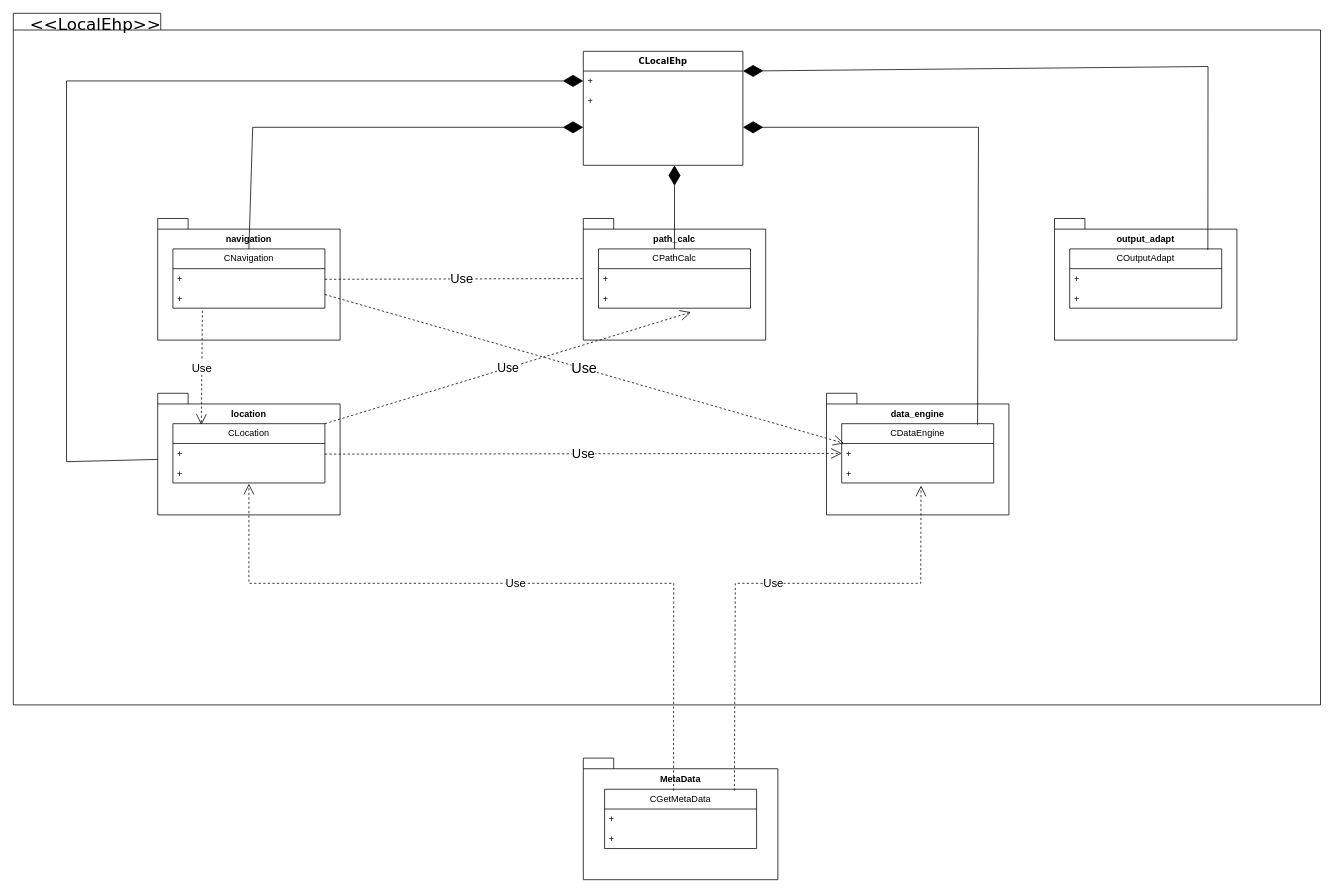
Collinlxf/KF-GINS keeps this draw.io diagram as 未命名绘图.drawio. Above is the earlier version. Source tidied: cells renumbered, new cells numbered last; positions are measured from the earlier drawing's top-left corner, leaving out a move shared by most shapes. Both pictures are drawn from the tidied source at 76%, with x=0, y=0 at pixel (13, 13).
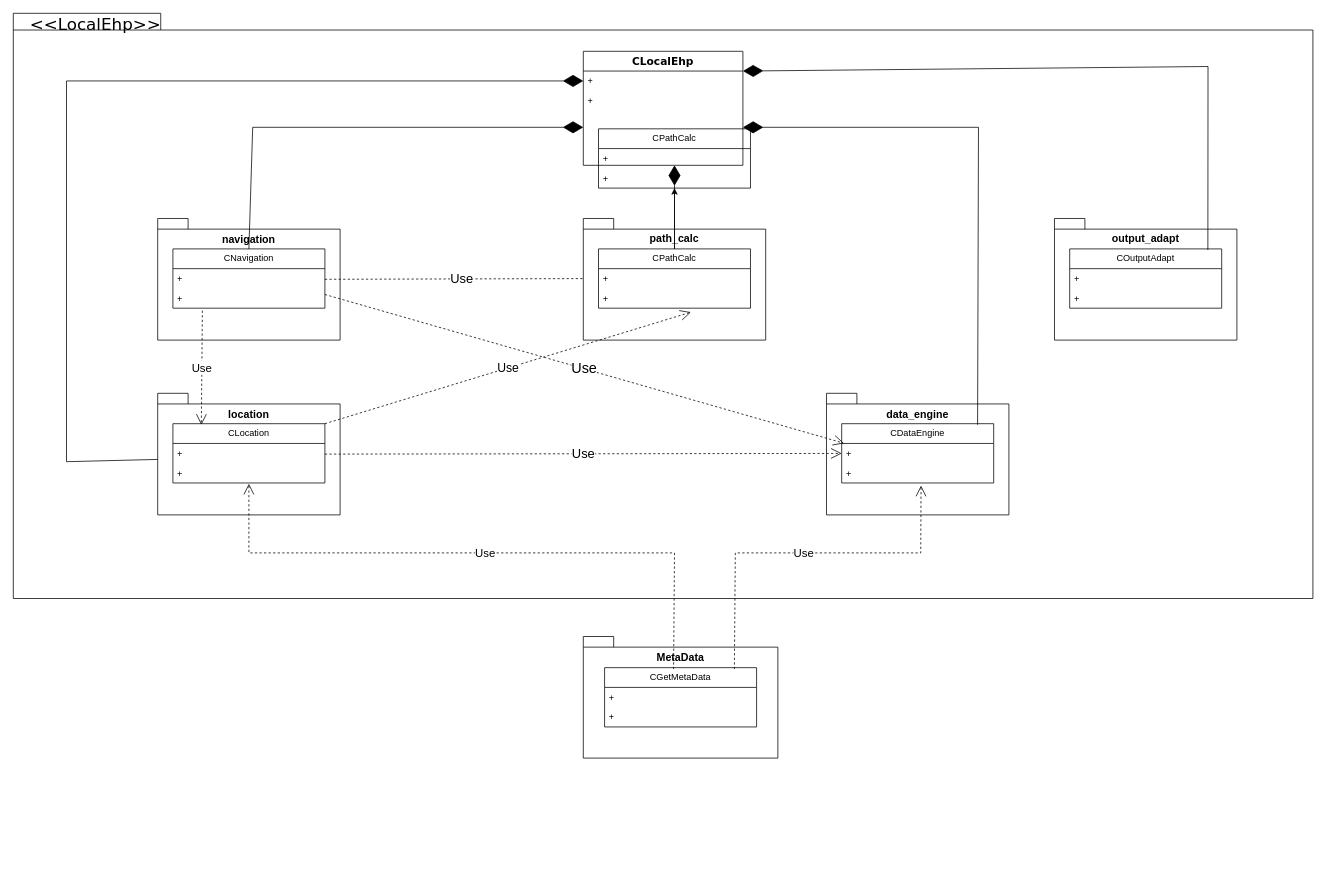
After the change.

Commit message (it also covers changes not shown here):
更新未命名绘图.drawio

The change refers to these unchanged cells:
```xml
<mxCell id="5" style="group;" parent="1" vertex="1">
  <mxGeometry x="1070" y="500" width="240" height="160" as="geometry" />
</mxCell>
<mxCell id="9" value="+" style="text;strokeColor=none;fillColor=none;align=left;verticalAlign=top;spacingLeft=4;spacingRight=4;overflow=hidden;points=[[0,0.5],[1,0.5]];portConstraint=eastwest;whiteSpace=wrap;html=1;" parent="7" vertex="1">
  <mxGeometry y="52" width="200" height="26" as="geometry" />
</mxCell>
<mxCell id="10" style="group;" parent="1" vertex="1">
  <mxGeometry x="190" y="270" width="240" height="415" as="geometry" />
</mxCell>
<mxCell id="17" style="group;" parent="1" vertex="1">
  <mxGeometry x="1370" y="270" width="240" height="160" as="geometry" />
</mxCell>
<mxCell id="22" style="group;" parent="1" vertex="1">
  <mxGeometry x="750" y="270" width="240" height="160" as="geometry" />
</mxCell>
<mxCell id="24" value="&lt;div style=&quot;white-space-collapse: preserve;&quot;&gt;CPathCalc&lt;/div&gt;" style="swimlane;fontStyle=0;horizontal=1;startSize=26;fillColor=none;whiteSpace=wrap;html=1;" parent="22" vertex="1">
  <mxGeometry x="20" y="40" width="200" height="78" as="geometry" />
</mxCell>
<mxCell id="28" value="&lt;div style=&quot;white-space-collapse: preserve;&quot;&gt;CGetMetaData&lt;/div&gt;" style="swimlane;fontStyle=0;horizontal=1;startSize=26;fillColor=none;whiteSpace=wrap;html=1;" parent="27" vertex="1">
  <mxGeometry x="28" y="41" width="200" height="78" as="geometry" />
</mxCell>
<mxCell id="32" style="group;" parent="1" vertex="1">
  <mxGeometry x="190" y="500" width="240" height="160" as="geometry" />
</mxCell>
```

What changed in the source:
```diff
@@
     <mxCell id="2" style="shape=folder;fontStyle=1;spacingTop=10;tabWidth=194;tabHeight=22;tabPosition=left;html=1;rounded=0;shadow=0;comic=0;labelBackgroundColor=none;strokeWidth=1;fillColor=none;fontFamily=Verdana;fontSize=10;align=center;" parent="1" vertex="1">
-      <mxGeometry width="1720" height="910" as="geometry" />
+      <mxGeometry width="1710" height="770" as="geometry" />
     </mxCell>
@@
-    <mxCell id="4" value="&lt;span style=&quot;font-family: Verdana; font-size: 11px; font-weight: 700; text-wrap-mode: nowrap;&quot;&gt;CLocalEhp&lt;/span&gt;" style="swimlane;fontStyle=0;horizontal=1;startSize=26;fillColor=none;whiteSpace=wrap;html=1;" parent="1" vertex="1">
+    <mxCell id="4" value="&lt;span style=&quot;font-family: Verdana; font-weight: 700; text-wrap-mode: nowrap;&quot;&gt;CLocalEhp&lt;/span&gt;" style="swimlane;fontStyle=0;horizontal=1;startSize=26;fillColor=none;whiteSpace=wrap;html=1;fontSize=14;" parent="1" vertex="1">
       <mxGeometry x="750" y="50" width="210" height="150" as="geometry" />
     </mxCell>
@@
-    <mxCell id="6" value="&lt;div&gt;data_engine&lt;/div&gt;&lt;div&gt;&lt;br&gt;&lt;/div&gt;&lt;div&gt;&lt;br&gt;&lt;/div&gt;&lt;div&gt;&lt;br&gt;&lt;/div&gt;&lt;div&gt;&lt;br&gt;&lt;/div&gt;&lt;div&gt;&lt;br&gt;&lt;/div&gt;&lt;div&gt;&lt;br&gt;&lt;/div&gt;&lt;div&gt;&lt;br&gt;&lt;/div&gt;&lt;div&gt;&lt;br&gt;&lt;/div&gt;" style="shape=folder;fontStyle=1;spacingTop=10;tabWidth=40;tabHeight=14;tabPosition=left;html=1;whiteSpace=wrap;align=center;" parent="5" vertex="1">
+    <mxCell id="6" value="&lt;div&gt;&lt;font style=&quot;font-size: 14px;&quot;&gt;data_engine&lt;/font&gt;&lt;/div&gt;&lt;div&gt;&lt;font style=&quot;font-size: 14px;&quot;&gt;&lt;br&gt;&lt;/font&gt;&lt;/div&gt;&lt;div&gt;&lt;font style=&quot;font-size: 14px;&quot;&gt;&lt;br&gt;&lt;/font&gt;&lt;/div&gt;&lt;div&gt;&lt;font style=&quot;font-size: 14px;&quot;&gt;&lt;br&gt;&lt;/font&gt;&lt;/div&gt;&lt;div&gt;&lt;font style=&quot;font-size: 14px;&quot;&gt;&lt;br&gt;&lt;/font&gt;&lt;/div&gt;&lt;div&gt;&lt;font style=&quot;font-size: 14px;&quot;&gt;&lt;br&gt;&lt;/font&gt;&lt;/div&gt;&lt;div&gt;&lt;font style=&quot;font-size: 14px;&quot;&gt;&lt;br&gt;&lt;/font&gt;&lt;/div&gt;&lt;div&gt;&lt;br&gt;&lt;/div&gt;" style="shape=folder;fontStyle=1;spacingTop=10;tabWidth=40;tabHeight=14;tabPosition=left;html=1;whiteSpace=wrap;align=center;" parent="5" vertex="1">
       <mxGeometry width="240" height="160" as="geometry" />
     </mxCell>
@@
-    <mxCell id="11" value="&lt;div&gt;navigation&lt;/div&gt;&lt;div&gt;&lt;br&gt;&lt;/div&gt;&lt;div&gt;&lt;br&gt;&lt;/div&gt;&lt;div&gt;&lt;br&gt;&lt;/div&gt;&lt;div&gt;&lt;br&gt;&lt;/div&gt;&lt;div&gt;&lt;br&gt;&lt;/div&gt;&lt;div&gt;&lt;br&gt;&lt;/div&gt;&lt;div&gt;&lt;br&gt;&lt;/div&gt;&lt;div&gt;&lt;br&gt;&lt;/div&gt;" style="shape=folder;fontStyle=1;spacingTop=10;tabWidth=40;tabHeight=14;tabPosition=left;html=1;whiteSpace=wrap;align=center;" parent="10" vertex="1">
+    <mxCell id="11" value="&lt;div&gt;&lt;font style=&quot;font-size: 14px;&quot;&gt;navigation&lt;/font&gt;&lt;/div&gt;&lt;div&gt;&lt;font style=&quot;font-size: 14px;&quot;&gt;&lt;br&gt;&lt;/font&gt;&lt;/div&gt;&lt;div&gt;&lt;font style=&quot;font-size: 14px;&quot;&gt;&lt;br&gt;&lt;/font&gt;&lt;/div&gt;&lt;div&gt;&lt;font style=&quot;font-size: 14px;&quot;&gt;&lt;br&gt;&lt;/font&gt;&lt;/div&gt;&lt;div&gt;&lt;font style=&quot;font-size: 14px;&quot;&gt;&lt;br&gt;&lt;/font&gt;&lt;/div&gt;&lt;div&gt;&lt;font style=&quot;font-size: 14px;&quot;&gt;&lt;br&gt;&lt;/font&gt;&lt;/div&gt;&lt;div&gt;&lt;font style=&quot;font-size: 14px;&quot;&gt;&lt;br&gt;&lt;/font&gt;&lt;/div&gt;&lt;div&gt;&lt;br&gt;&lt;/div&gt;" style="shape=folder;fontStyle=1;spacingTop=10;tabWidth=40;tabHeight=14;tabPosition=left;html=1;whiteSpace=wrap;align=center;" parent="10" vertex="1">
       <mxGeometry width="240" height="160" as="geometry" />
     </mxCell>
@@
-    <mxCell id="18" value="&lt;div&gt;output_adapt&lt;/div&gt;&lt;div&gt;&lt;br&gt;&lt;/div&gt;&lt;div&gt;&lt;br&gt;&lt;/div&gt;&lt;div&gt;&lt;br&gt;&lt;/div&gt;&lt;div&gt;&lt;br&gt;&lt;/div&gt;&lt;div&gt;&lt;br&gt;&lt;/div&gt;&lt;div&gt;&lt;br&gt;&lt;/div&gt;&lt;div&gt;&lt;br&gt;&lt;/div&gt;&lt;div&gt;&lt;br&gt;&lt;/div&gt;" style="shape=folder;fontStyle=1;spacingTop=10;tabWidth=40;tabHeight=14;tabPosition=left;html=1;whiteSpace=wrap;align=center;" parent="17" vertex="1">
+    <mxCell id="18" value="&lt;div&gt;output_adapt&lt;/div&gt;&lt;div&gt;&lt;br&gt;&lt;/div&gt;&lt;div&gt;&lt;br&gt;&lt;/div&gt;&lt;div&gt;&lt;br&gt;&lt;/div&gt;&lt;div&gt;&lt;br&gt;&lt;/div&gt;&lt;div&gt;&lt;br&gt;&lt;/div&gt;&lt;div&gt;&lt;br&gt;&lt;/div&gt;&lt;div&gt;&lt;br&gt;&lt;/div&gt;" style="shape=folder;fontStyle=1;spacingTop=10;tabWidth=40;tabHeight=14;tabPosition=left;html=1;whiteSpace=wrap;align=center;fontSize=14;" parent="17" vertex="1">
       <mxGeometry width="240" height="160" as="geometry" />
     </mxCell>
@@
-    <mxCell id="23" value="&lt;div&gt;path_calc&lt;/div&gt;&lt;div&gt;&lt;br&gt;&lt;/div&gt;&lt;div&gt;&lt;br&gt;&lt;/div&gt;&lt;div&gt;&lt;br&gt;&lt;/div&gt;&lt;div&gt;&lt;br&gt;&lt;/div&gt;&lt;div&gt;&lt;br&gt;&lt;/div&gt;&lt;div&gt;&lt;br&gt;&lt;/div&gt;&lt;div&gt;&lt;br&gt;&lt;/div&gt;&lt;div&gt;&lt;br&gt;&lt;/div&gt;" style="shape=folder;fontStyle=1;spacingTop=10;tabWidth=40;tabHeight=14;tabPosition=left;html=1;whiteSpace=wrap;align=center;" parent="22" vertex="1">
+    <mxCell id="23" value="&lt;div&gt;path_calc&lt;/div&gt;&lt;div&gt;&lt;br&gt;&lt;/div&gt;&lt;div&gt;&lt;br&gt;&lt;/div&gt;&lt;div&gt;&lt;br&gt;&lt;/div&gt;&lt;div&gt;&lt;br&gt;&lt;/div&gt;&lt;div&gt;&lt;br&gt;&lt;/div&gt;&lt;div&gt;&lt;br&gt;&lt;/div&gt;&lt;div&gt;&lt;br&gt;&lt;/div&gt;" style="shape=folder;fontStyle=1;spacingTop=10;tabWidth=40;tabHeight=14;tabPosition=left;html=1;whiteSpace=wrap;align=center;fontSize=14;" parent="22" vertex="1">
       <mxGeometry width="240" height="160" as="geometry" />
     </mxCell>
@@
-    <mxCell id="27" value="&lt;div&gt;MetaData&lt;/div&gt;&lt;div&gt;&lt;br&gt;&lt;/div&gt;&lt;div&gt;&lt;br&gt;&lt;/div&gt;&lt;div&gt;&lt;br&gt;&lt;/div&gt;&lt;div&gt;&lt;br&gt;&lt;/div&gt;&lt;div&gt;&lt;br&gt;&lt;/div&gt;&lt;div&gt;&lt;br&gt;&lt;/div&gt;&lt;div&gt;&lt;br&gt;&lt;/div&gt;&lt;div&gt;&lt;br&gt;&lt;/div&gt;" style="shape=folder;fontStyle=1;spacingTop=10;tabWidth=40;tabHeight=14;tabPosition=left;html=1;whiteSpace=wrap;align=center;" parent="1" vertex="1">
-      <mxGeometry x="750" y="980" width="256" height="160" as="geometry" />
+    <mxCell id="27" value="&lt;div&gt;&lt;font style=&quot;font-size: 14px;&quot;&gt;MetaData&lt;/font&gt;&lt;/div&gt;&lt;div&gt;&lt;font style=&quot;font-size: 14px;&quot;&gt;&lt;br&gt;&lt;/font&gt;&lt;/div&gt;&lt;div&gt;&lt;font style=&quot;font-size: 14px;&quot;&gt;&lt;br&gt;&lt;/font&gt;&lt;/div&gt;&lt;div&gt;&lt;font style=&quot;font-size: 14px;&quot;&gt;&lt;br&gt;&lt;/font&gt;&lt;/div&gt;&lt;div&gt;&lt;font style=&quot;font-size: 14px;&quot;&gt;&lt;br&gt;&lt;/font&gt;&lt;/div&gt;&lt;div&gt;&lt;font style=&quot;font-size: 14px;&quot;&gt;&lt;br&gt;&lt;/font&gt;&lt;/div&gt;&lt;div&gt;&lt;font style=&quot;font-size: 14px;&quot;&gt;&lt;br&gt;&lt;/font&gt;&lt;/div&gt;&lt;div&gt;&lt;br&gt;&lt;/div&gt;" style="shape=folder;fontStyle=1;spacingTop=10;tabWidth=40;tabHeight=14;tabPosition=left;html=1;whiteSpace=wrap;align=center;" parent="1" vertex="1">
+      <mxGeometry x="750" y="820" width="256" height="160" as="geometry" />
     </mxCell>
@@
-    <mxCell id="33" value="&lt;div&gt;location&lt;/div&gt;&lt;div&gt;&lt;br&gt;&lt;/div&gt;&lt;div&gt;&lt;br&gt;&lt;/div&gt;&lt;div&gt;&lt;br&gt;&lt;/div&gt;&lt;div&gt;&lt;br&gt;&lt;/div&gt;&lt;div&gt;&lt;br&gt;&lt;/div&gt;&lt;div&gt;&lt;br&gt;&lt;/div&gt;&lt;div&gt;&lt;br&gt;&lt;/div&gt;&lt;div&gt;&lt;br&gt;&lt;/div&gt;" style="shape=folder;fontStyle=1;spacingTop=10;tabWidth=40;tabHeight=14;tabPosition=left;html=1;whiteSpace=wrap;align=center;" parent="32" vertex="1">
+    <mxCell id="33" value="&lt;div&gt;&lt;font style=&quot;font-size: 14px;&quot;&gt;location&lt;/font&gt;&lt;/div&gt;&lt;div&gt;&lt;br&gt;&lt;/div&gt;&lt;div&gt;&lt;br&gt;&lt;/div&gt;&lt;div&gt;&lt;br&gt;&lt;/div&gt;&lt;div&gt;&lt;br&gt;&lt;/div&gt;&lt;div&gt;&lt;br&gt;&lt;/div&gt;&lt;div&gt;&lt;br&gt;&lt;/div&gt;&lt;div&gt;&lt;br&gt;&lt;/div&gt;&lt;div&gt;&lt;br&gt;&lt;/div&gt;" style="shape=folder;fontStyle=1;spacingTop=10;tabWidth=40;tabHeight=14;tabPosition=left;html=1;whiteSpace=wrap;align=center;" parent="32" vertex="1">
       <mxGeometry width="240" height="160" as="geometry" />
     </mxCell>
@@
     <mxCell id="46" value="&lt;font style=&quot;font-size: 15px;&quot;&gt;Use&lt;/font&gt;" style="endArrow=open;endSize=12;dashed=1;html=1;rounded=0;exitX=0.454;exitY=0.024;exitDx=0;exitDy=0;exitPerimeter=0;" parent="1" edge="1" source="28">
       <mxGeometry relative="1" as="geometry">
         <mxPoint x="310" y="619" as="targetPoint" />
         <Array as="points">
-          <mxPoint x="869" y="750" />
-          <mxPoint x="310" y="750" />
+          <mxPoint x="870" y="710" />
+          <mxPoint x="310" y="710" />
         </Array>
       </mxGeometry>
     </mxCell>
     <mxCell id="47" value="Use" style="endArrow=open;endSize=12;dashed=1;html=1;rounded=0;entryX=0.522;entryY=1.132;entryDx=0;entryDy=0;entryPerimeter=0;exitX=0.854;exitY=0.024;exitDx=0;exitDy=0;exitPerimeter=0;fontSize=15;" parent="1" edge="1" source="28" target="9">
       <mxGeometry relative="1" as="geometry">
         <Array as="points">
-          <mxPoint x="950" y="750" />
-          <mxPoint x="1194" y="750" />
+          <mxPoint x="950" y="710" />
+          <mxPoint x="1194" y="710" />
         </Array>
       </mxGeometry>
     </mxCell>
+    <mxCell id="48" value="&lt;div style=&quot;white-space-collapse: preserve;&quot;&gt;CPathCalc&lt;/div&gt;" style="swimlane;fontStyle=0;horizontal=1;startSize=26;fillColor=none;whiteSpace=wrap;html=1;" parent="1" vertex="1">
+      <mxGeometry x="770" y="152" width="200" height="78" as="geometry" />
+    </mxCell>
+    <mxCell id="49" value="+" style="text;strokeColor=none;fillColor=none;align=left;verticalAlign=top;spacingLeft=4;spacingRight=4;overflow=hidden;whiteSpace=wrap;html=1;" parent="48" vertex="1">
+      <mxGeometry y="26" width="200" height="26" as="geometry" />
+    </mxCell>
+    <mxCell id="50" value="+" style="text;strokeColor=none;fillColor=none;align=left;verticalAlign=top;spacingLeft=4;spacingRight=4;overflow=hidden;whiteSpace=wrap;html=1;" parent="48" vertex="1">
+      <mxGeometry y="52" width="200" height="26" as="geometry" />
+    </mxCell>
+    <mxCell id="51" style="edgeStyle=orthogonalEdgeStyle;rounded=0;jettySize=auto;html=1;" parent="1" edge="1" source="24" target="48">
+      <mxGeometry relative="1" as="geometry" />
+    </mxCell>
```
